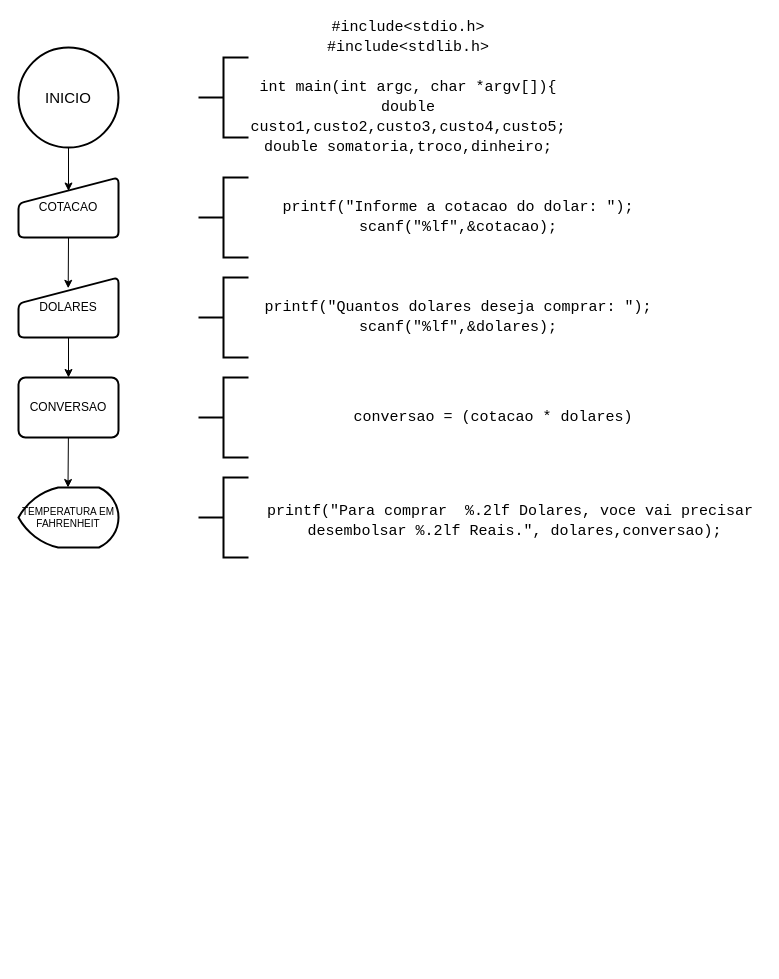
Earlier version of the draw.io diagram Exercicio_07.drawio (rafael-schroer/programacao-aplicada-2021). Source tidied: cells renumbered, new cells numbered last; positions are measured from the earlier drawing's top-left corner, leaving out a move shared by most shapes. Both pictures are drawn from the tidied source at 100%, with x=0, y=0 at pixel (18, 27).
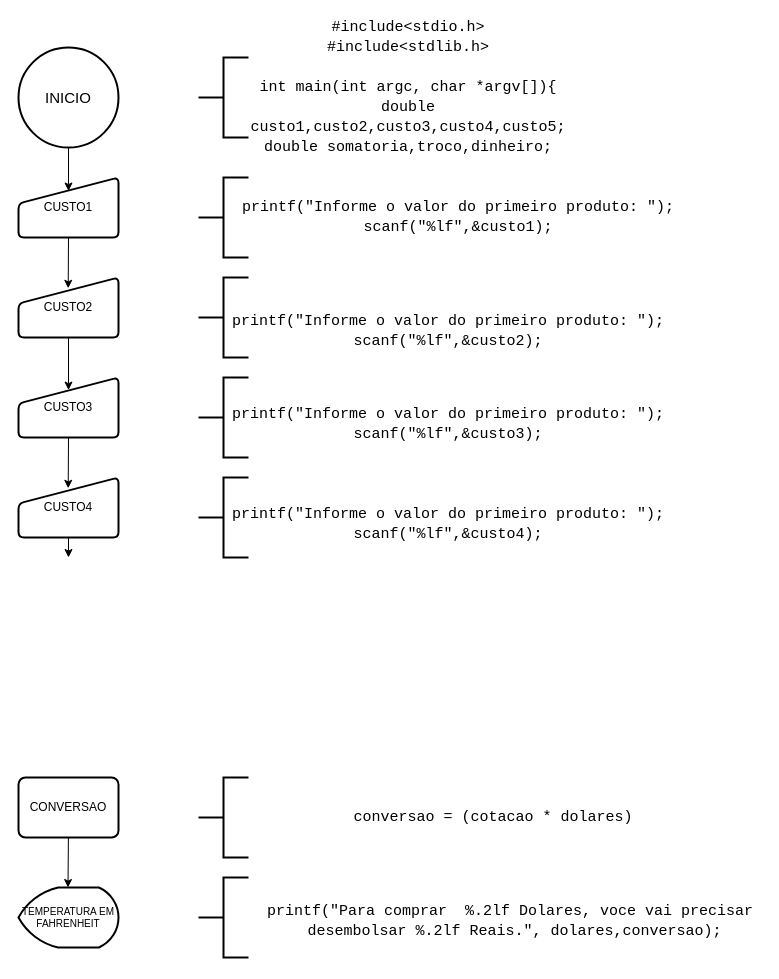
The same diagram, later.

What changed in the source:
```diff
@@
-    <mxCell id="2" value="COTACAO" style="html=1;strokeWidth=2;shape=manualInput;whiteSpace=wrap;rounded=1;size=26;arcSize=11;verticalAlign=middle;align=center;" parent="1" vertex="1">
+    <mxCell id="2" value="CUSTO1" style="html=1;strokeWidth=2;shape=manualInput;whiteSpace=wrap;rounded=1;size=26;arcSize=11;verticalAlign=middle;align=center;" parent="1" vertex="1">
       <mxGeometry y="150" width="100" height="60" as="geometry" />
     </mxCell>
@@
     <mxCell id="6" value="TEMPERATURA EM FAHRENHEIT" style="strokeWidth=2;html=1;shape=mxgraph.flowchart.display;whiteSpace=wrap;fontSize=10;" parent="1" vertex="1">
-      <mxGeometry y="460" width="100" height="60" as="geometry" />
+      <mxGeometry y="860" width="100" height="60" as="geometry" />
     </mxCell>
-    <mxCell id="7" value="&#10;&#10;&lt;div style=&quot;font-family: consolas, &amp;quot;courier new&amp;quot;, monospace; font-weight: normal; font-size: 15px; line-height: 20px;&quot;&gt;&lt;div&gt;&lt;span style=&quot;&quot;&gt;printf&lt;/span&gt;&lt;span style=&quot;&quot;&gt;(&lt;/span&gt;&lt;span style=&quot;&quot;&gt;&quot;Informe&amp;nbsp;a&amp;nbsp;cotacao&amp;nbsp;do&amp;nbsp;dolar:&amp;nbsp;&quot;&lt;/span&gt;&lt;span style=&quot;&quot;&gt;);&lt;/span&gt;&lt;/div&gt;&lt;div&gt;&lt;span style=&quot;&quot;&gt;scanf&lt;/span&gt;&lt;span style=&quot;&quot;&gt;(&lt;/span&gt;&lt;span style=&quot;&quot;&gt;&quot;&lt;/span&gt;&lt;span style=&quot;&quot;&gt;%lf&lt;/span&gt;&lt;span style=&quot;&quot;&gt;&quot;&lt;/span&gt;&lt;span style=&quot;&quot;&gt;,&amp;amp;&lt;/span&gt;&lt;span style=&quot;&quot;&gt;cotacao&lt;/span&gt;&lt;span style=&quot;&quot;&gt;);&lt;/span&gt;&lt;/div&gt;&lt;/div&gt;&#10;&#10;" style="text;html=1;strokeColor=none;fillColor=none;align=center;verticalAlign=middle;whiteSpace=wrap;rounded=0;labelBorderColor=none;" parent="1" vertex="1">
+    <mxCell id="7" value="&#10;&#10;&lt;div style=&quot;font-family: consolas, &amp;quot;courier new&amp;quot;, monospace; font-weight: normal; font-size: 15px; line-height: 20px;&quot;&gt;&lt;div&gt;&lt;span style=&quot;&quot;&gt;printf&lt;/span&gt;&lt;span style=&quot;&quot;&gt;(&lt;/span&gt;&lt;span style=&quot;&quot;&gt;&quot;Informe&amp;nbsp;o&amp;nbsp;valor&amp;nbsp;do&amp;nbsp;primeiro&amp;nbsp;produto:&amp;nbsp;&quot;&lt;/span&gt;&lt;span style=&quot;&quot;&gt;);&lt;/span&gt;&lt;/div&gt;&lt;div&gt;&lt;span style=&quot;&quot;&gt;scanf&lt;/span&gt;&lt;span style=&quot;&quot;&gt;(&lt;/span&gt;&lt;span style=&quot;&quot;&gt;&quot;&lt;/span&gt;&lt;span style=&quot;&quot;&gt;%lf&lt;/span&gt;&lt;span style=&quot;&quot;&gt;&quot;&lt;/span&gt;&lt;span style=&quot;&quot;&gt;,&amp;amp;&lt;/span&gt;&lt;span style=&quot;&quot;&gt;custo1&lt;/span&gt;&lt;span style=&quot;&quot;&gt;);&lt;/span&gt;&lt;/div&gt;&lt;/div&gt;&#10;&#10;" style="text;html=1;strokeColor=none;fillColor=none;align=center;verticalAlign=middle;whiteSpace=wrap;rounded=0;labelBorderColor=none;" parent="1" vertex="1">
       <mxGeometry x="240" y="170" width="400" height="40" as="geometry" />
     </mxCell>
@@
     <mxCell id="9" style="strokeWidth=2;html=1;shape=mxgraph.flowchart.annotation_2;align=left;labelPosition=right;" parent="1" vertex="1">
-      <mxGeometry x="180" y="350" width="50" height="80" as="geometry" />
+      <mxGeometry x="180" y="750" width="50" height="80" as="geometry" />
     </mxCell>
     <mxCell id="10" value="&lt;div style=&quot;font-family: &amp;#34;consolas&amp;#34; , &amp;#34;courier new&amp;#34; , monospace ; font-weight: normal ; font-size: 15px ; line-height: 20px&quot;&gt;&lt;div style=&quot;font-family: &amp;#34;consolas&amp;#34; , &amp;#34;courier new&amp;#34; , monospace ; line-height: 20px&quot;&gt;conversao = (cotacao * dolares)&lt;/div&gt;&lt;/div&gt;" style="text;html=1;rounded=0;align=center;verticalAlign=middle;labelBorderColor=none;whiteSpace=wrap;" parent="1" vertex="1">
-      <mxGeometry x="230" y="370" width="490" height="40" as="geometry" />
+      <mxGeometry x="230" y="770" width="490" height="40" as="geometry" />
     </mxCell>
@@
     <mxCell id="13" value="CONVERSAO" style="rounded=1;whiteSpace=wrap;html=1;absoluteArcSize=1;arcSize=14;strokeWidth=2;align=center;verticalAlign=middle;" parent="1" vertex="1">
-      <mxGeometry y="350" width="100" height="60" as="geometry" />
+      <mxGeometry y="750" width="100" height="60" as="geometry" />
     </mxCell>
     <mxCell id="14" style="endArrow=classic;html=1;exitX=0.5;exitY=1;exitDx=0;exitDy=0;" parent="1" edge="1">
       <mxGeometry relative="1" as="geometry">
-        <mxPoint x="49.9" y="410" as="sourcePoint" />
-        <mxPoint x="49.5" y="460" as="targetPoint" />
+        <mxPoint x="49.9" y="810" as="sourcePoint" />
+        <mxPoint x="49.5" y="860" as="targetPoint" />
       </mxGeometry>
     </mxCell>
     <mxCell id="15" style="strokeWidth=2;html=1;shape=mxgraph.flowchart.annotation_2;align=left;labelPosition=right;" parent="1" vertex="1">
-      <mxGeometry x="180" y="450" width="50" height="80" as="geometry" />
+      <mxGeometry x="180" y="850" width="50" height="80" as="geometry" />
     </mxCell>
     <mxCell id="16" value="&lt;br&gt;&lt;br&gt;&lt;div style=&quot;font-family: &amp;#34;consolas&amp;#34; , &amp;#34;courier new&amp;#34; , monospace ; font-weight: normal ; font-size: 15px ; line-height: 20px&quot;&gt;&lt;div&gt;&lt;span&gt;printf&lt;/span&gt;&lt;span&gt;(&lt;/span&gt;&lt;span&gt;&quot;Para&amp;nbsp;comprar&amp;nbsp;&amp;nbsp;&lt;/span&gt;&lt;span&gt;%.2lf&lt;/span&gt;&lt;span&gt;&amp;nbsp;Dolares,&amp;nbsp;voce&amp;nbsp;vai&amp;nbsp;precisar&amp;nbsp;&lt;/span&gt;&lt;/div&gt;&lt;div&gt;&lt;span&gt;desembolsar&amp;nbsp;&lt;/span&gt;&lt;span&gt;%.2lf&lt;/span&gt;&lt;span&gt;&amp;nbsp;Reais.&quot;&lt;/span&gt;&lt;span&gt;,&amp;nbsp;&lt;/span&gt;&lt;span&gt;dolares&lt;/span&gt;&lt;span&gt;,&lt;/span&gt;&lt;span&gt;conversao&lt;/span&gt;&lt;span&gt;);&lt;/span&gt;&lt;/div&gt;&lt;br&gt;&lt;/div&gt;" style="text;html=1;rounded=0;align=center;verticalAlign=middle;labelBorderColor=none;whiteSpace=wrap;" parent="1" vertex="1">
-      <mxGeometry x="280" y="470" width="432.5" height="40" as="geometry" />
+      <mxGeometry x="280" y="870" width="432.5" height="40" as="geometry" />
     </mxCell>
-    <mxCell id="17" value="DOLARES" style="html=1;strokeWidth=2;shape=manualInput;whiteSpace=wrap;rounded=1;size=26;arcSize=11;verticalAlign=middle;align=center;" parent="1" vertex="1">
+    <mxCell id="17" value="CUSTO2" style="html=1;strokeWidth=2;shape=manualInput;whiteSpace=wrap;rounded=1;size=26;arcSize=11;verticalAlign=middle;align=center;" parent="1" vertex="1">
       <mxGeometry y="250" width="100" height="60" as="geometry" />
     </mxCell>
-    <mxCell id="18" style="endArrow=classic;html=1;exitX=0.5;exitY=1;exitDx=0;exitDy=0;entryX=0.5;entryY=0;entryDx=0;entryDy=0;" parent="1" edge="1" source="17" target="13">
+    <mxCell id="18" style="endArrow=classic;html=1;exitX=0.5;exitY=1;exitDx=0;exitDy=0;entryX=0.5;entryY=0.21;entryDx=0;entryDy=0;entryPerimeter=0;" parent="1" edge="1" source="17" target="21">
       <mxGeometry relative="1" as="geometry" />
     </mxCell>
-    <mxCell id="19" value="&lt;div style=&quot;font-family: consolas, &amp;quot;courier new&amp;quot;, monospace; font-size: 15px; line-height: 20px;&quot;&gt;&lt;div&gt;&lt;span style=&quot;&quot;&gt;printf&lt;/span&gt;(&lt;span style=&quot;&quot;&gt;&quot;Quantos&amp;nbsp;dolares&amp;nbsp;deseja&amp;nbsp;comprar:&amp;nbsp;&quot;&lt;/span&gt;);&lt;/div&gt;&lt;div&gt;&lt;span style=&quot;&quot;&gt;scanf&lt;/span&gt;(&lt;span style=&quot;&quot;&gt;&quot;&lt;/span&gt;&lt;span style=&quot;&quot;&gt;%lf&lt;/span&gt;&lt;span style=&quot;&quot;&gt;&quot;&lt;/span&gt;,&amp;amp;&lt;span style=&quot;&quot;&gt;dolares&lt;/span&gt;);&lt;/div&gt;&lt;/div&gt;" style="text;html=1;strokeColor=none;fillColor=none;align=center;verticalAlign=middle;whiteSpace=wrap;rounded=0;labelBorderColor=none;" parent="1" vertex="1">
-      <mxGeometry x="240" y="270" width="400" height="40" as="geometry" />
-    </mxCell>
@@
+    <mxCell id="21" value="CUSTO3" style="html=1;strokeWidth=2;shape=manualInput;whiteSpace=wrap;rounded=1;size=26;arcSize=11;verticalAlign=middle;align=center;" parent="1" vertex="1">
+      <mxGeometry y="350" width="100" height="60" as="geometry" />
+    </mxCell>
+    <mxCell id="22" style="endArrow=classic;html=1;exitX=0.5;exitY=1;exitDx=0;exitDy=0;entryX=0.497;entryY=0.18;entryDx=0;entryDy=0;entryPerimeter=0;" parent="1" edge="1" source="21" target="24">
+      <mxGeometry relative="1" as="geometry" />
+    </mxCell>
+    <mxCell id="23" style="strokeWidth=2;html=1;shape=mxgraph.flowchart.annotation_2;align=left;labelPosition=right;" parent="1" vertex="1">
+      <mxGeometry x="180" y="350" width="50" height="80" as="geometry" />
+    </mxCell>
+    <mxCell id="24" value="CUSTO4" style="html=1;strokeWidth=2;shape=manualInput;whiteSpace=wrap;rounded=1;size=26;arcSize=11;verticalAlign=middle;align=center;" parent="1" vertex="1">
+      <mxGeometry y="450" width="100" height="60" as="geometry" />
+    </mxCell>
+    <mxCell id="25" style="endArrow=classic;html=1;exitX=0.5;exitY=1;exitDx=0;exitDy=0;" parent="1" edge="1" source="24">
+      <mxGeometry relative="1" as="geometry">
+        <mxPoint x="50" y="530" as="targetPoint" />
+      </mxGeometry>
+    </mxCell>
+    <mxCell id="26" style="strokeWidth=2;html=1;shape=mxgraph.flowchart.annotation_2;align=left;labelPosition=right;" parent="1" vertex="1">
+      <mxGeometry x="180" y="450" width="50" height="80" as="geometry" />
+    </mxCell>
+    <mxCell id="27" value="&lt;br&gt;&lt;br&gt;&lt;div style=&quot;font-family: &amp;#34;consolas&amp;#34; , &amp;#34;courier new&amp;#34; , monospace ; font-weight: normal ; font-size: 15px ; line-height: 20px&quot;&gt;&lt;div&gt;&lt;span&gt;printf&lt;/span&gt;&lt;span&gt;(&lt;/span&gt;&lt;span&gt;&quot;Informe&amp;nbsp;o&amp;nbsp;valor&amp;nbsp;do&amp;nbsp;primeiro&amp;nbsp;produto:&amp;nbsp;&quot;&lt;/span&gt;&lt;span&gt;);&lt;/span&gt;&lt;/div&gt;&lt;div&gt;&lt;span&gt;scanf&lt;/span&gt;&lt;span&gt;(&lt;/span&gt;&lt;span&gt;&quot;&lt;/span&gt;&lt;span&gt;%lf&lt;/span&gt;&lt;span&gt;&quot;&lt;/span&gt;&lt;span&gt;,&amp;amp;&lt;/span&gt;&lt;span&gt;custo2&lt;/span&gt;&lt;span&gt;);&lt;/span&gt;&lt;/div&gt;&lt;/div&gt;" style="text;html=1;strokeColor=none;fillColor=none;align=center;verticalAlign=middle;whiteSpace=wrap;rounded=0;labelBorderColor=none;" parent="1" vertex="1">
+      <mxGeometry x="230" y="270" width="400" height="40" as="geometry" />
+    </mxCell>
+    <mxCell id="28" value="&lt;br&gt;&lt;br&gt;&lt;div style=&quot;font-family: &amp;#34;consolas&amp;#34; , &amp;#34;courier new&amp;#34; , monospace ; font-weight: normal ; font-size: 15px ; line-height: 20px&quot;&gt;&lt;div&gt;&lt;span&gt;printf&lt;/span&gt;&lt;span&gt;(&lt;/span&gt;&lt;span&gt;&quot;Informe&amp;nbsp;o&amp;nbsp;valor&amp;nbsp;do&amp;nbsp;primeiro&amp;nbsp;produto:&amp;nbsp;&quot;&lt;/span&gt;&lt;span&gt;);&lt;/span&gt;&lt;/div&gt;&lt;div&gt;&lt;span&gt;scanf&lt;/span&gt;&lt;span&gt;(&lt;/span&gt;&lt;span&gt;&quot;&lt;/span&gt;&lt;span&gt;%lf&lt;/span&gt;&lt;span&gt;&quot;&lt;/span&gt;&lt;span&gt;,&amp;amp;&lt;/span&gt;&lt;span&gt;custo3&lt;/span&gt;&lt;span&gt;);&lt;/span&gt;&lt;/div&gt;&lt;/div&gt;&lt;br&gt;" style="text;html=1;strokeColor=none;fillColor=none;align=center;verticalAlign=middle;whiteSpace=wrap;rounded=0;labelBorderColor=none;" parent="1" vertex="1">
+      <mxGeometry x="230" y="370" width="400" height="40" as="geometry" />
+    </mxCell>
+    <mxCell id="29" value="&lt;br&gt;&lt;br&gt;&lt;div style=&quot;font-family: &amp;#34;consolas&amp;#34; , &amp;#34;courier new&amp;#34; , monospace ; font-weight: normal ; font-size: 15px ; line-height: 20px&quot;&gt;&lt;div&gt;&lt;span&gt;printf&lt;/span&gt;&lt;span&gt;(&lt;/span&gt;&lt;span&gt;&quot;Informe&amp;nbsp;o&amp;nbsp;valor&amp;nbsp;do&amp;nbsp;primeiro&amp;nbsp;produto:&amp;nbsp;&quot;&lt;/span&gt;&lt;span&gt;);&lt;/span&gt;&lt;/div&gt;&lt;div&gt;&lt;span&gt;scanf&lt;/span&gt;&lt;span&gt;(&lt;/span&gt;&lt;span&gt;&quot;&lt;/span&gt;&lt;span&gt;%lf&lt;/span&gt;&lt;span&gt;&quot;&lt;/span&gt;&lt;span&gt;,&amp;amp;&lt;/span&gt;&lt;span&gt;custo4&lt;/span&gt;&lt;span&gt;);&lt;/span&gt;&lt;/div&gt;&lt;/div&gt;&lt;br&gt;" style="text;html=1;strokeColor=none;fillColor=none;align=center;verticalAlign=middle;whiteSpace=wrap;rounded=0;labelBorderColor=none;" parent="1" vertex="1">
+      <mxGeometry x="230" y="470" width="400" height="40" as="geometry" />
+    </mxCell>
```
